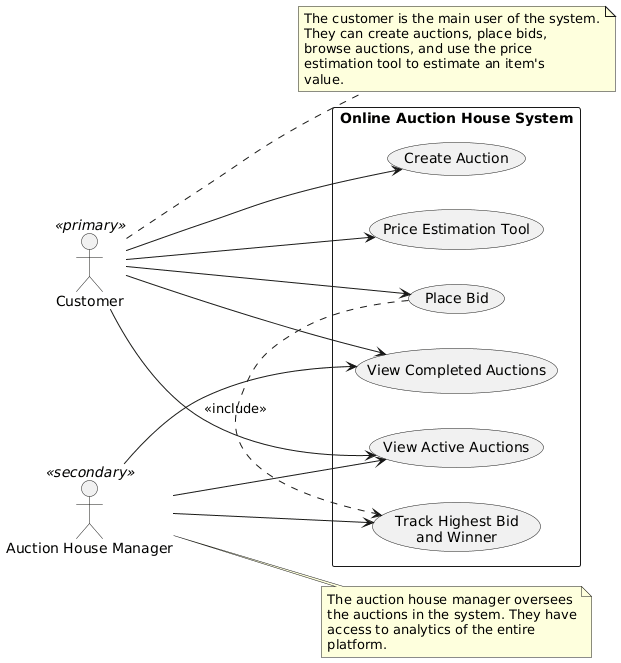
Above: UML/assignmentAUseCase.png in mihnea-popescu/csci-6234 (PlantUML), before the change.
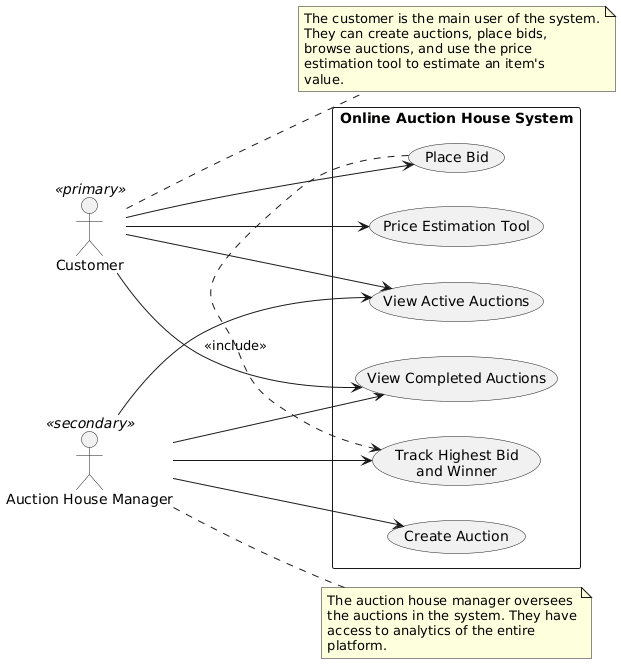
Above is the later version.

The edit, as a diff of the source:
```diff
@@ -14,12 +14,12 @@
   usecase "Price Estimation Tool" as UC6
 }
 
-Customer --> UC1
 Customer --> UC2
 Customer --> UC3
 Customer --> UC4
 Customer --> UC6
 
+Manager --> UC1
 Manager --> UC5
 Manager --> UC3
 Manager --> UC4
```
